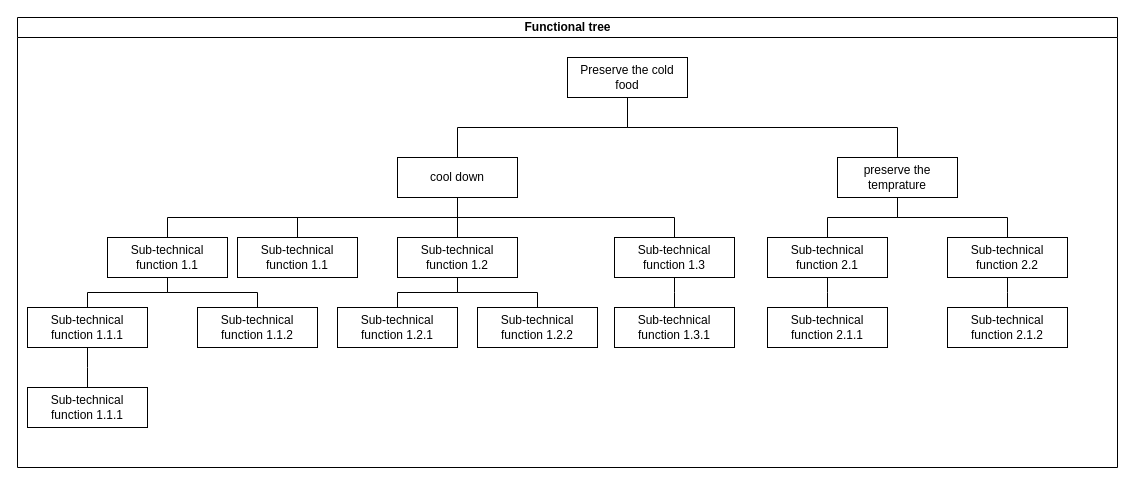
The draw.io diagram Functional tree for template.drawio in amerezoji1362/drawio-github, before the edit. Source tidied: cells renumbered, new cells numbered last; positions are measured from the earlier drawing's top-left corner, leaving out a move shared by most shapes. Both pictures are drawn from the tidied source at 100%, with x=0, y=0 at pixel (17, 17).
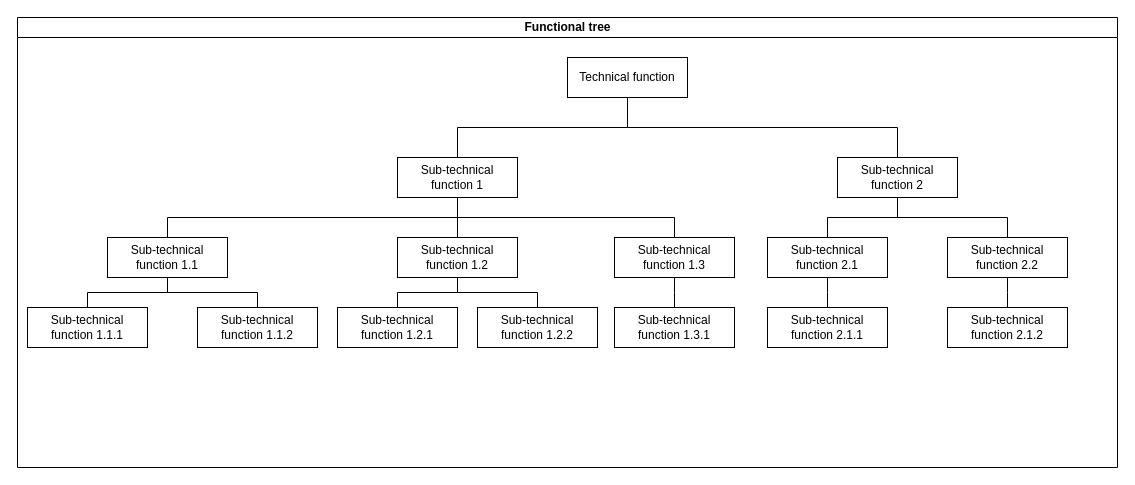
Above is the later version.

The change refers to these unchanged cells:
```xml
<mxCell id="2" value="Functional tree" style="swimlane;html=1;startSize=20;horizontal=1;containerType=tree;" parent="1" vertex="1">
  <mxGeometry width="1100" height="450" as="geometry" />
</mxCell>
<mxCell id="19" value="Sub-technical function 1.1.1" style="whiteSpace=wrap;html=1;newEdgeStyle={&quot;edgeStyle&quot;:&quot;elbowEdgeStyle&quot;,&quot;startArrow&quot;:&quot;none&quot;,&quot;endArrow&quot;:&quot;none&quot;};" parent="2" vertex="1">
  <mxGeometry x="10" y="290" width="120" height="40" as="geometry" />
</mxCell>
```

Change to the diagram source:
```diff
@@
-    <mxCell id="4" value="Preserve the cold food" style="whiteSpace=wrap;html=1;newEdgeStyle={&quot;edgeStyle&quot;:&quot;elbowEdgeStyle&quot;,&quot;startArrow&quot;:&quot;none&quot;,&quot;endArrow&quot;:&quot;none&quot;};" parent="2" vertex="1">
+    <mxCell id="4" value="Technical function " style="whiteSpace=wrap;html=1;newEdgeStyle={&quot;edgeStyle&quot;:&quot;elbowEdgeStyle&quot;,&quot;startArrow&quot;:&quot;none&quot;,&quot;endArrow&quot;:&quot;none&quot;};" parent="2" vertex="1">
       <mxGeometry x="550" y="40" width="120" height="40" as="geometry" />
     </mxCell>
-    <mxCell id="5" value="cool down" style="whiteSpace=wrap;html=1;newEdgeStyle={&quot;edgeStyle&quot;:&quot;elbowEdgeStyle&quot;,&quot;startArrow&quot;:&quot;none&quot;,&quot;endArrow&quot;:&quot;none&quot;};" parent="2" vertex="1">
+    <mxCell id="5" value="Sub-technical function 1" style="whiteSpace=wrap;html=1;newEdgeStyle={&quot;edgeStyle&quot;:&quot;elbowEdgeStyle&quot;,&quot;startArrow&quot;:&quot;none&quot;,&quot;endArrow&quot;:&quot;none&quot;};" parent="2" vertex="1">
       <mxGeometry x="380" y="140" width="120" height="40" as="geometry" />
     </mxCell>
@@
-    <mxCell id="7" value="preserve the temprature" style="whiteSpace=wrap;html=1;newEdgeStyle={&quot;edgeStyle&quot;:&quot;elbowEdgeStyle&quot;,&quot;startArrow&quot;:&quot;none&quot;,&quot;endArrow&quot;:&quot;none&quot;};" parent="2" vertex="1">
+    <mxCell id="7" value="Sub-technical function 2" style="whiteSpace=wrap;html=1;newEdgeStyle={&quot;edgeStyle&quot;:&quot;elbowEdgeStyle&quot;,&quot;startArrow&quot;:&quot;none&quot;,&quot;endArrow&quot;:&quot;none&quot;};" parent="2" vertex="1">
       <mxGeometry x="820" y="140" width="120" height="40" as="geometry" />
     </mxCell>
@@
-    <mxCell id="32" style="edgeStyle=elbowEdgeStyle;elbow=vertical;startArrow=none;endArrow=none;rounded=0;" parent="2" edge="1" source="19" target="33">
-      <mxGeometry relative="1" as="geometry" />
-    </mxCell>
-    <mxCell id="33" value="Sub-technical function 1.1.1" style="whiteSpace=wrap;html=1;newEdgeStyle={&quot;edgeStyle&quot;:&quot;elbowEdgeStyle&quot;,&quot;startArrow&quot;:&quot;none&quot;,&quot;endArrow&quot;:&quot;none&quot;};" parent="2" vertex="1">
-      <mxGeometry x="10" y="370" width="120" height="40" as="geometry" />
-    </mxCell>
-    <mxCell id="34" style="edgeStyle=elbowEdgeStyle;elbow=vertical;startArrow=none;endArrow=none;rounded=0;" parent="2" edge="1" source="5" target="35">
-      <mxGeometry relative="1" as="geometry" />
-    </mxCell>
-    <mxCell id="35" value="Sub-technical function 1.1" style="whiteSpace=wrap;html=1;newEdgeStyle={&quot;edgeStyle&quot;:&quot;elbowEdgeStyle&quot;,&quot;startArrow&quot;:&quot;none&quot;,&quot;endArrow&quot;:&quot;none&quot;};" parent="2" vertex="1">
-      <mxGeometry x="220" y="220" width="120" height="40" as="geometry" />
-    </mxCell>
```
